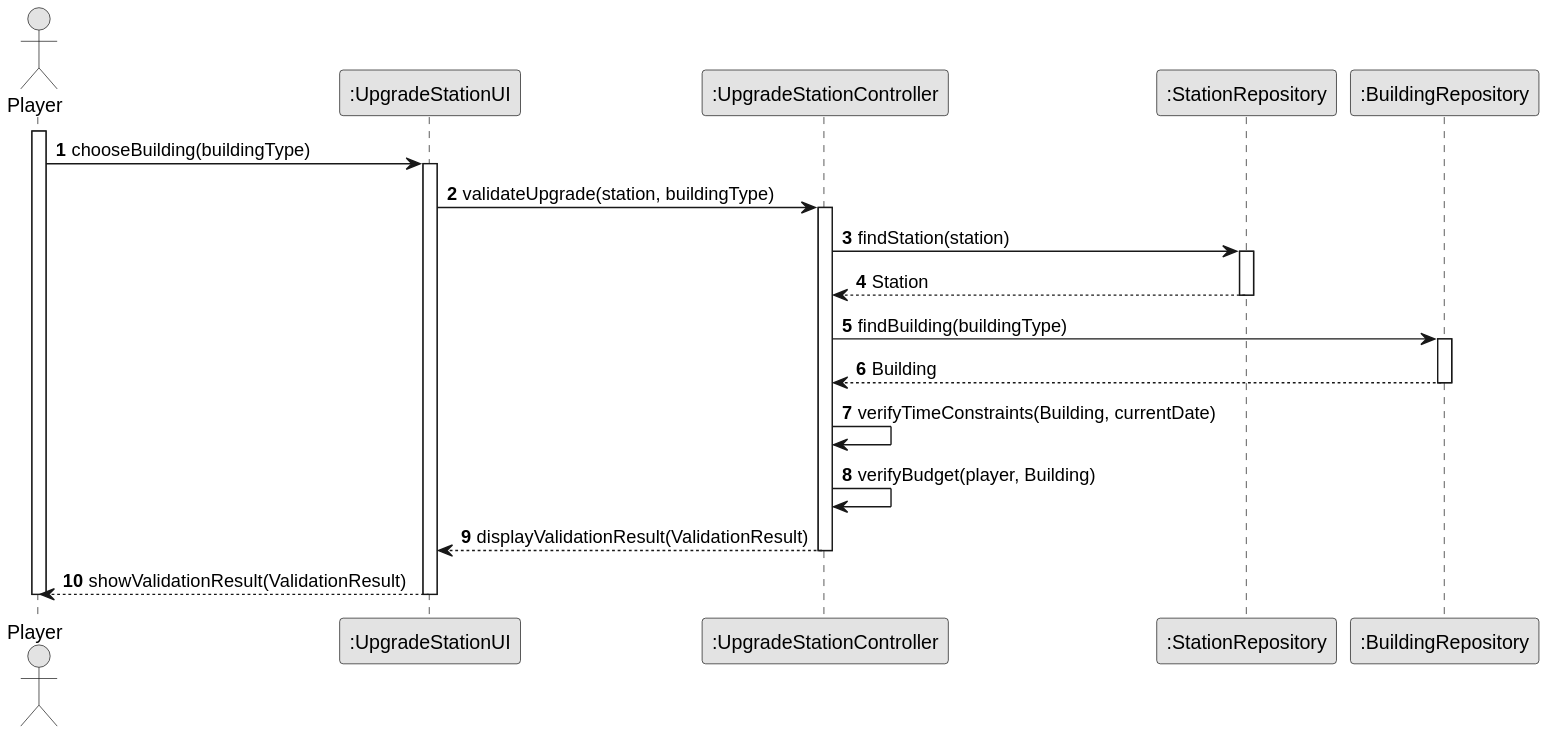
goncalolopesp/sem2-pi-24.25-g093-repo keeps this PlantUML diagram as docs/system-documentation/US006/03.design/svg/US006-SD-validateUpgrade.svg. Above is the earlier version.
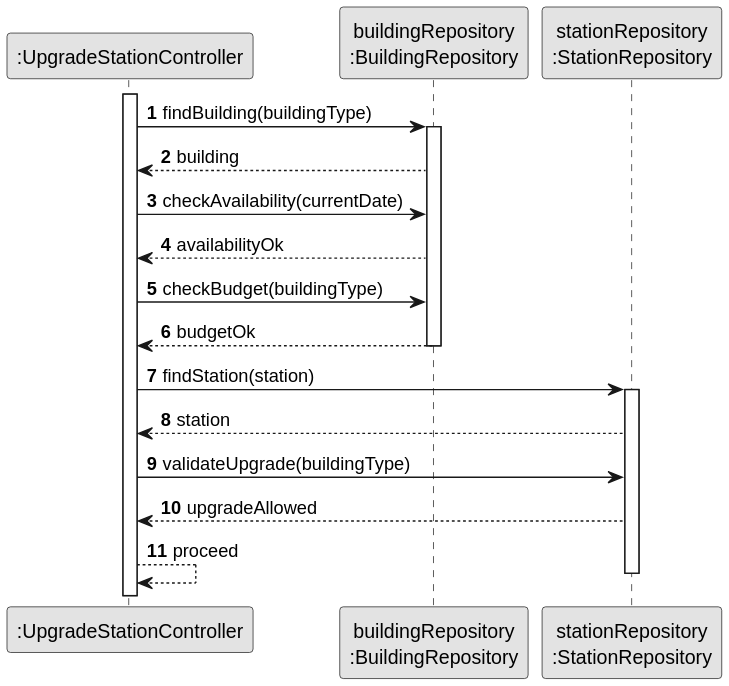
Later version of the same file.

Change to the diagram source:
```diff
@@ -4,35 +4,29 @@
 skinparam shadowing false
 autonumber
 
-actor "Player" as Player
-participant ":UpgradeStationUI" as UpgradeUI
-participant ":UpgradeStationController" as Controller
-participant ":StationRepository" as StationRepo
-participant ":BuildingRepository" as BuildingRepo
+participant ":UpgradeStationController" as UpgradeStationController
+participant "buildingRepository\n:BuildingRepository" as buildingRepository
+participant "stationRepository\n:StationRepository" as stationRepository
 
-activate Player
-Player -> UpgradeUI: chooseBuilding(buildingType)
-activate UpgradeUI
+activate UpgradeStationController
 
-UpgradeUI -> Controller: validateUpgrade(station, buildingType)
-activate Controller
+UpgradeStationController -> buildingRepository : findBuilding(buildingType)
+activate buildingRepository
+buildingRepository --> UpgradeStationController : building
 
-Controller -> StationRepo: findStation(station)
-activate StationRepo
-StationRepo --> Controller: Station
-deactivate StationRepo
 
-Controller -> BuildingRepo: findBuilding(buildingType)
-activate BuildingRepo
-BuildingRepo --> Controller: Building
-deactivate BuildingRepo
+UpgradeStationController -> buildingRepository : checkAvailability(currentDate)
+buildingRepository --> UpgradeStationController : availabilityOk
 
-Controller -> Controller: verifyTimeConstraints(Building, currentDate)
-Controller -> Controller: verifyBudget(player, Building)
+UpgradeStationController -> buildingRepository : checkBudget(buildingType)
+buildingRepository --> UpgradeStationController : budgetOk
+deactivate buildingRepository
+UpgradeStationController -> stationRepository : findStation(station)
+activate stationRepository
+stationRepository --> UpgradeStationController : station
 
-Controller --> UpgradeUI: displayValidationResult(ValidationResult)
-deactivate Controller
-UpgradeUI --> Player: showValidationResult(ValidationResult)
-deactivate UpgradeUI
-deactivate Player
+UpgradeStationController -> stationRepository : validateUpgrade(buildingType)
+stationRepository --> UpgradeStationController : upgradeAllowed
+UpgradeStationController --> UpgradeStationController: proceed
+deactivate stationRepository
 @enduml
```
